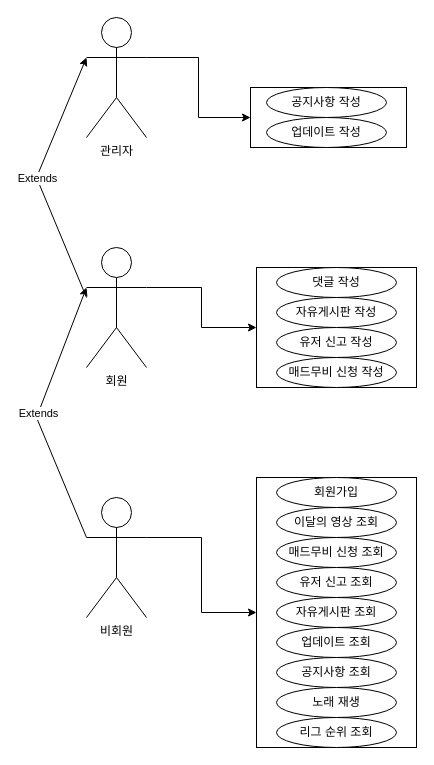
Above: 개인프로젝트1 유스케이스.drawio in BiniNara/bini (draw.io), before the change. Source tidied: cells renumbered, new cells numbered last; positions are measured from the earlier drawing's top-left corner, leaving out a move shared by most shapes. Both pictures are drawn from the tidied source at 100%, with x=0, y=0 at pixel (36, 17).
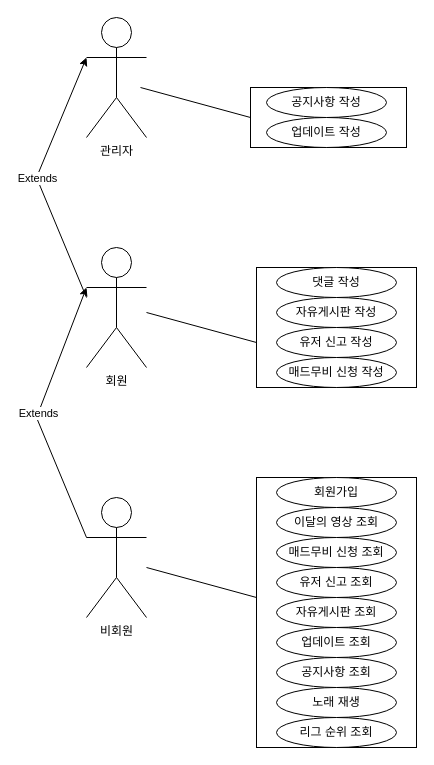
The same diagram, later.

Commit message (it also covers changes not shown here):
개인프로젝트1 유스케이스.drawio 업데이트

The change refers to these unchanged cells:
```xml
<mxCell id="2" style="rounded=0;whiteSpace=wrap;html=1;" parent="1" vertex="1">
  <mxGeometry x="214" y="70" width="156" height="60" as="geometry" />
</mxCell>
<mxCell id="3" style="rounded=0;whiteSpace=wrap;html=1;" parent="1" vertex="1">
  <mxGeometry x="220" y="250" width="160" height="120" as="geometry" />
</mxCell>
<mxCell id="4" style="rounded=0;whiteSpace=wrap;html=1;" parent="1" vertex="1">
  <mxGeometry x="220" y="460" width="160" height="270" as="geometry" />
</mxCell>
<mxCell id="6" value="관리자" style="shape=umlActor;verticalLabelPosition=bottom;verticalAlign=top;html=1;outlineConnect=0;" parent="1" vertex="1">
  <mxGeometry x="50" width="60" height="120" as="geometry" />
</mxCell>
<mxCell id="8" value="비회원" style="shape=umlActor;verticalLabelPosition=bottom;verticalAlign=top;html=1;outlineConnect=0;" parent="1" vertex="1">
  <mxGeometry x="50" y="480" width="60" height="120" as="geometry" />
</mxCell>
<mxCell id="10" value="회원" style="shape=umlActor;verticalLabelPosition=bottom;verticalAlign=top;html=1;outlineConnect=0;" parent="1" vertex="1">
  <mxGeometry x="50" y="230" width="60" height="120" as="geometry" />
</mxCell>
```

The edit, as a diff of the source:
```diff
@@
-    <mxCell id="5" style="edgeStyle=orthogonalEdgeStyle;rounded=0;jettySize=auto;html=1;exitX=1;exitY=0.3333333333333333;exitDx=0;exitDy=0;exitPerimeter=0;entryX=0;entryY=0.5;entryDx=0;entryDy=0;" parent="1" edge="1" source="6" target="2">
-      <mxGeometry relative="1" as="geometry" />
-    </mxCell>
@@
-    <mxCell id="7" style="edgeStyle=orthogonalEdgeStyle;rounded=0;jettySize=auto;html=1;exitX=1;exitY=0.3333333333333333;exitDx=0;exitDy=0;exitPerimeter=0;entryX=0;entryY=0.5;entryDx=0;entryDy=0;" parent="1" edge="1" source="8" target="4">
-      <mxGeometry relative="1" as="geometry" />
-    </mxCell>
@@
-    <mxCell id="9" style="edgeStyle=orthogonalEdgeStyle;rounded=0;jettySize=auto;html=1;exitX=1;exitY=0.3333333333333333;exitDx=0;exitDy=0;exitPerimeter=0;entryX=0;entryY=0.5;entryDx=0;entryDy=0;" parent="1" edge="1" source="10" target="3">
-      <mxGeometry relative="1" as="geometry" />
-    </mxCell>
@@
+    <mxCell id="30" style="endArrow=none;html=1;rounded=0;" parent="1" edge="1">
+      <mxGeometry relative="1" as="geometry">
+        <mxPoint x="104" y="70" as="sourcePoint" />
+        <mxPoint x="214" y="100" as="targetPoint" />
+      </mxGeometry>
+    </mxCell>
+    <mxCell id="31" style="endArrow=none;html=1;rounded=0;" parent="1" edge="1">
+      <mxGeometry relative="1" as="geometry">
+        <mxPoint x="110" y="295" as="sourcePoint" />
+        <mxPoint x="220" y="325" as="targetPoint" />
+      </mxGeometry>
+    </mxCell>
+    <mxCell id="32" style="endArrow=none;html=1;rounded=0;" parent="1" edge="1">
+      <mxGeometry relative="1" as="geometry">
+        <mxPoint x="110" y="550" as="sourcePoint" />
+        <mxPoint x="220" y="580" as="targetPoint" />
+      </mxGeometry>
+    </mxCell>
```
